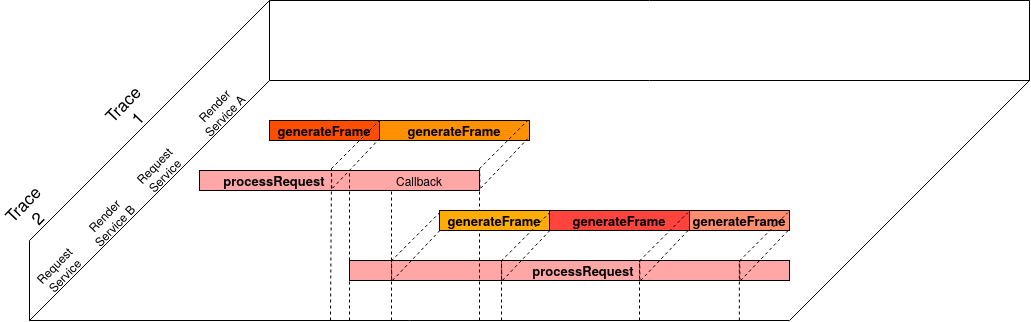
Earlier version of the draw.io export img/Design/3D-Flammengraph-Vergleich.png (Soockee/bachelor-thesis). Source tidied: cells renumbered, new cells last; positions are measured from the earlier drawing's top-left corner, leaving out a move shared by most shapes.
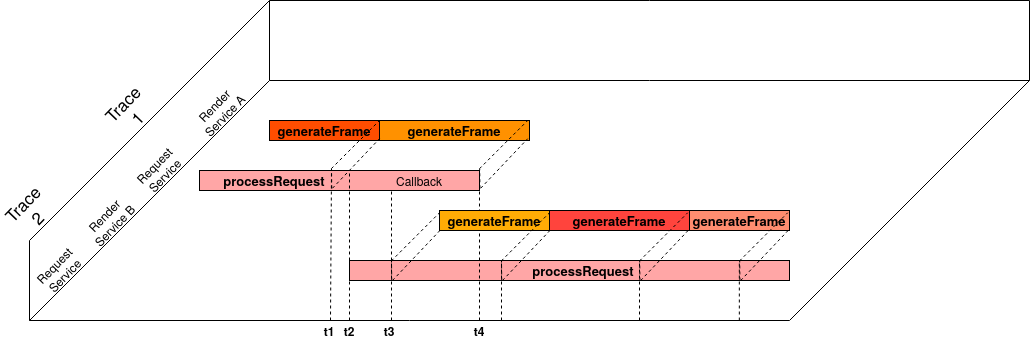
Later version of the same file.

Change to the diagram source:
```diff
@@ -248,5 +248,17 @@
         <mxPoint x="322" y="170" as="targetPoint" />
       </mxGeometry>
     </mxCell>
+    <mxCell id="50" value="&lt;b&gt;t1&lt;/b&gt;" style="text;html=1;strokeColor=none;fillColor=none;align=center;verticalAlign=middle;whiteSpace=wrap;rounded=0;fontSize=12;" parent="1" vertex="1">
+      <mxGeometry x="300" y="320" width="40" height="20" as="geometry" />
+    </mxCell>
+    <mxCell id="51" value="&lt;b&gt;t2&lt;/b&gt;" style="text;html=1;strokeColor=none;fillColor=none;align=center;verticalAlign=middle;whiteSpace=wrap;rounded=0;fontSize=12;" parent="1" vertex="1">
+      <mxGeometry x="320" y="320" width="40" height="20" as="geometry" />
+    </mxCell>
+    <mxCell id="52" value="&lt;b&gt;t3&lt;/b&gt;" style="text;html=1;strokeColor=none;fillColor=none;align=center;verticalAlign=middle;whiteSpace=wrap;rounded=0;fontSize=12;" parent="1" vertex="1">
+      <mxGeometry x="360" y="320" width="40" height="20" as="geometry" />
+    </mxCell>
+    <mxCell id="53" value="&lt;b&gt;t4&lt;/b&gt;" style="text;html=1;strokeColor=none;fillColor=none;align=center;verticalAlign=middle;whiteSpace=wrap;rounded=0;fontSize=12;" parent="1" vertex="1">
+      <mxGeometry x="450" y="320" width="40" height="20" as="geometry" />
+    </mxCell>
   </root>
 </mxGraphModel>
```
